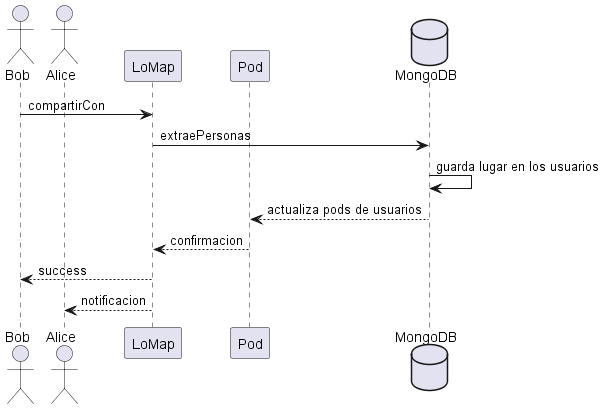
Arquisoft/lomap_es5b keeps this PlantUML diagram as images/InteractiveMap_00.png. Above is the earlier version.
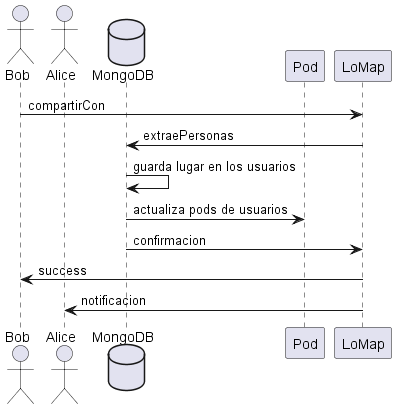
Above is the later version.

The edit, as a diff of the source:
```diff
@@ -1,15 +1,14 @@
 @startuml
 actor Bob
 actor Alice
+database MongoDB
+participant Pod
 participant LoMap
-participant Pod
-database MongoDB
-
 Bob -> LoMap: compartirCon
 LoMap -> MongoDB: extraePersonas
 MongoDB -> MongoDB: guarda lugar en los usuarios
-MongoDB --> Pod: actualiza pods de usuarios
-Pod --> LoMap: confirmacion
-LoMap --> Bob: success
-LoMap --> Alice: notificacion
+MongoDB -> Pod: actualiza pods de usuarios
+MongoDB -> LoMap: confirmacion
+LoMap -> Bob: success
+LoMap -> Alice: notificacion
 @enduml
```
